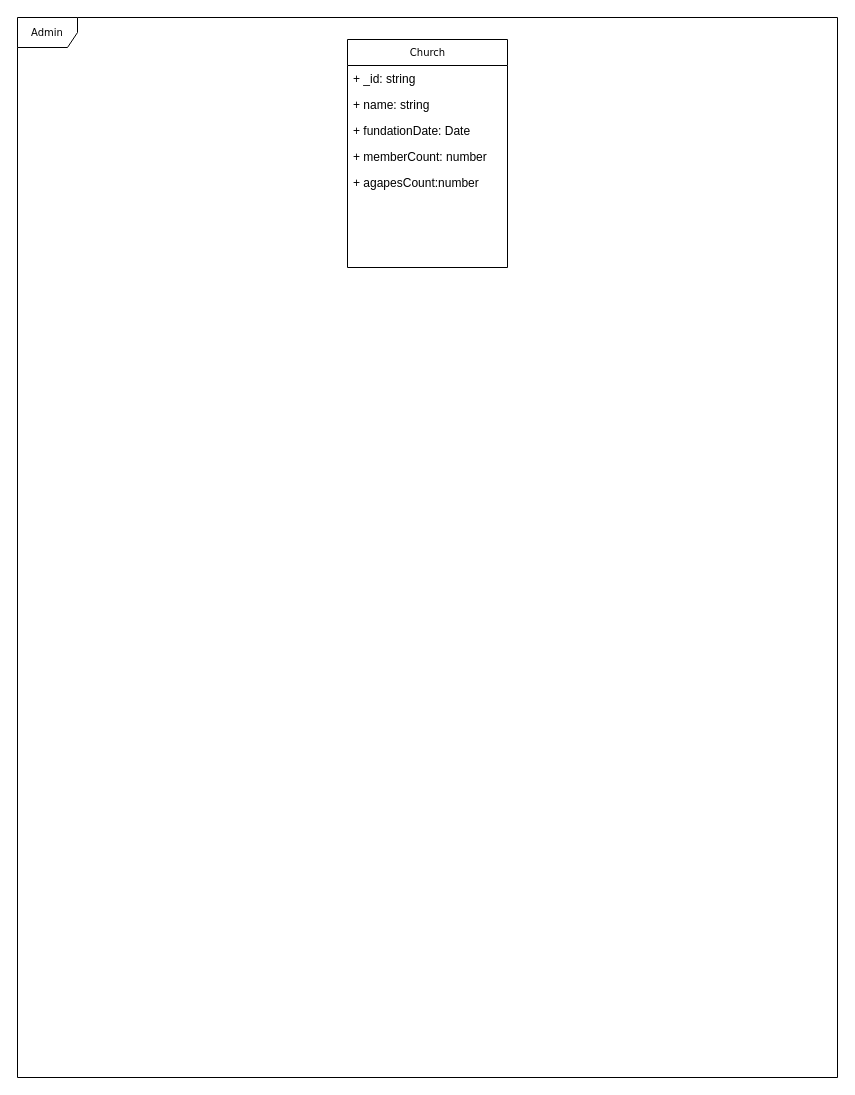
Earlier version of the draw.io diagram Untitled Diagram.drawio (joseMChavez/AnkuraProyect). Source tidied: cells renumbered, new cells numbered last; positions are measured from the earlier drawing's top-left corner, leaving out a move shared by most shapes. Both pictures are drawn from the tidied source at 100%, with x=0, y=0 at pixel (17, 17).
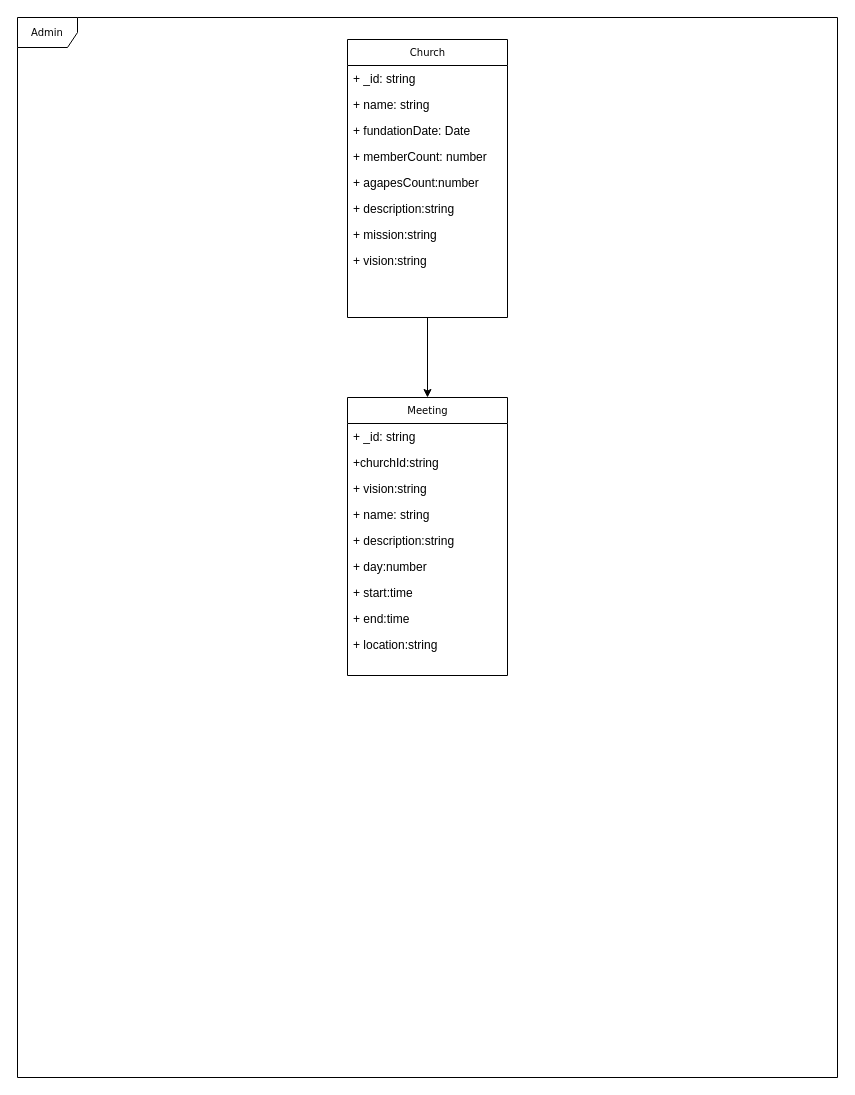
Above is the later version.

Diff of the diagram source:
```diff
@@
+    <mxCell id="9" style="edgeStyle=orthogonalEdgeStyle;rounded=0;jettySize=auto;html=1;" parent="1" edge="1" source="3" target="13">
+      <mxGeometry relative="1" as="geometry" />
+    </mxCell>
     <mxCell id="3" value="Church" style="swimlane;html=1;fontStyle=0;horizontal=1;startSize=26;fillColor=none;swimlaneFillColor=#ffffff;rounded=0;shadow=0;comic=0;labelBackgroundColor=none;strokeWidth=1;fontFamily=Verdana;fontSize=10;align=center;" parent="1" vertex="1">
-      <mxGeometry x="330" y="22" width="160" height="228" as="geometry" />
+      <mxGeometry x="330" y="22" width="160" height="278" as="geometry" />
     </mxCell>
@@
+    <mxCell id="10" value="+ description:string" style="text;html=1;strokeColor=none;fillColor=none;align=left;verticalAlign=top;spacingLeft=4;spacingRight=4;whiteSpace=wrap;overflow=hidden;" parent="3" vertex="1">
+      <mxGeometry y="156" width="160" height="26" as="geometry" />
+    </mxCell>
+    <mxCell id="11" value="+ mission:string" style="text;html=1;strokeColor=none;fillColor=none;align=left;verticalAlign=top;spacingLeft=4;spacingRight=4;whiteSpace=wrap;overflow=hidden;" parent="3" vertex="1">
+      <mxGeometry y="182" width="160" height="26" as="geometry" />
+    </mxCell>
+    <mxCell id="12" value="+ vision:string" style="text;html=1;strokeColor=none;fillColor=none;align=left;verticalAlign=top;spacingLeft=4;spacingRight=4;whiteSpace=wrap;overflow=hidden;" parent="3" vertex="1">
+      <mxGeometry y="208" width="160" height="26" as="geometry" />
+    </mxCell>
+    <mxCell id="13" value="Meeting" style="swimlane;html=1;fontStyle=0;horizontal=1;startSize=26;fillColor=none;swimlaneFillColor=#ffffff;rounded=0;shadow=0;comic=0;labelBackgroundColor=none;strokeWidth=1;fontFamily=Verdana;fontSize=10;align=center;" parent="1" vertex="1">
+      <mxGeometry x="330" y="380" width="160" height="278" as="geometry" />
+    </mxCell>
+    <mxCell id="14" value="+ _id: string" style="text;html=1;strokeColor=none;fillColor=none;align=left;verticalAlign=top;spacingLeft=4;spacingRight=4;whiteSpace=wrap;overflow=hidden;" parent="13" vertex="1">
+      <mxGeometry y="26" width="160" height="26" as="geometry" />
+    </mxCell>
+    <mxCell id="15" value="+churchId:string" style="text;html=1;strokeColor=none;fillColor=none;align=left;verticalAlign=top;spacingLeft=4;spacingRight=4;whiteSpace=wrap;overflow=hidden;" parent="13" vertex="1">
+      <mxGeometry y="52" width="160" height="26" as="geometry" />
+    </mxCell>
+    <mxCell id="16" value="+ vision:string" style="text;html=1;strokeColor=none;fillColor=none;align=left;verticalAlign=top;spacingLeft=4;spacingRight=4;whiteSpace=wrap;overflow=hidden;" parent="13" vertex="1">
+      <mxGeometry y="78" width="160" height="26" as="geometry" />
+    </mxCell>
+    <mxCell id="17" value="+ name: string" style="text;html=1;strokeColor=none;fillColor=none;align=left;verticalAlign=top;spacingLeft=4;spacingRight=4;whiteSpace=wrap;overflow=hidden;" parent="13" vertex="1">
+      <mxGeometry y="104" width="160" height="26" as="geometry" />
+    </mxCell>
+    <mxCell id="18" value="+ description:string" style="text;html=1;strokeColor=none;fillColor=none;align=left;verticalAlign=top;spacingLeft=4;spacingRight=4;whiteSpace=wrap;overflow=hidden;" parent="13" vertex="1">
+      <mxGeometry y="130" width="160" height="26" as="geometry" />
+    </mxCell>
+    <mxCell id="19" value="+ day:number" style="text;html=1;strokeColor=none;fillColor=none;align=left;verticalAlign=top;spacingLeft=4;spacingRight=4;whiteSpace=wrap;overflow=hidden;" parent="13" vertex="1">
+      <mxGeometry y="156" width="160" height="26" as="geometry" />
+    </mxCell>
+    <mxCell id="20" value="+ start:time" style="text;html=1;strokeColor=none;fillColor=none;align=left;verticalAlign=top;spacingLeft=4;spacingRight=4;whiteSpace=wrap;overflow=hidden;" parent="13" vertex="1">
+      <mxGeometry y="182" width="160" height="26" as="geometry" />
+    </mxCell>
+    <mxCell id="21" value="+ end:time" style="text;html=1;strokeColor=none;fillColor=none;align=left;verticalAlign=top;spacingLeft=4;spacingRight=4;whiteSpace=wrap;overflow=hidden;" parent="13" vertex="1">
+      <mxGeometry y="208" width="160" height="26" as="geometry" />
+    </mxCell>
+    <mxCell id="22" value="+ location:string" style="text;html=1;strokeColor=none;fillColor=none;align=left;verticalAlign=top;spacingLeft=4;spacingRight=4;whiteSpace=wrap;overflow=hidden;" parent="13" vertex="1">
+      <mxGeometry y="234" width="160" height="26" as="geometry" />
+    </mxCell>
```
